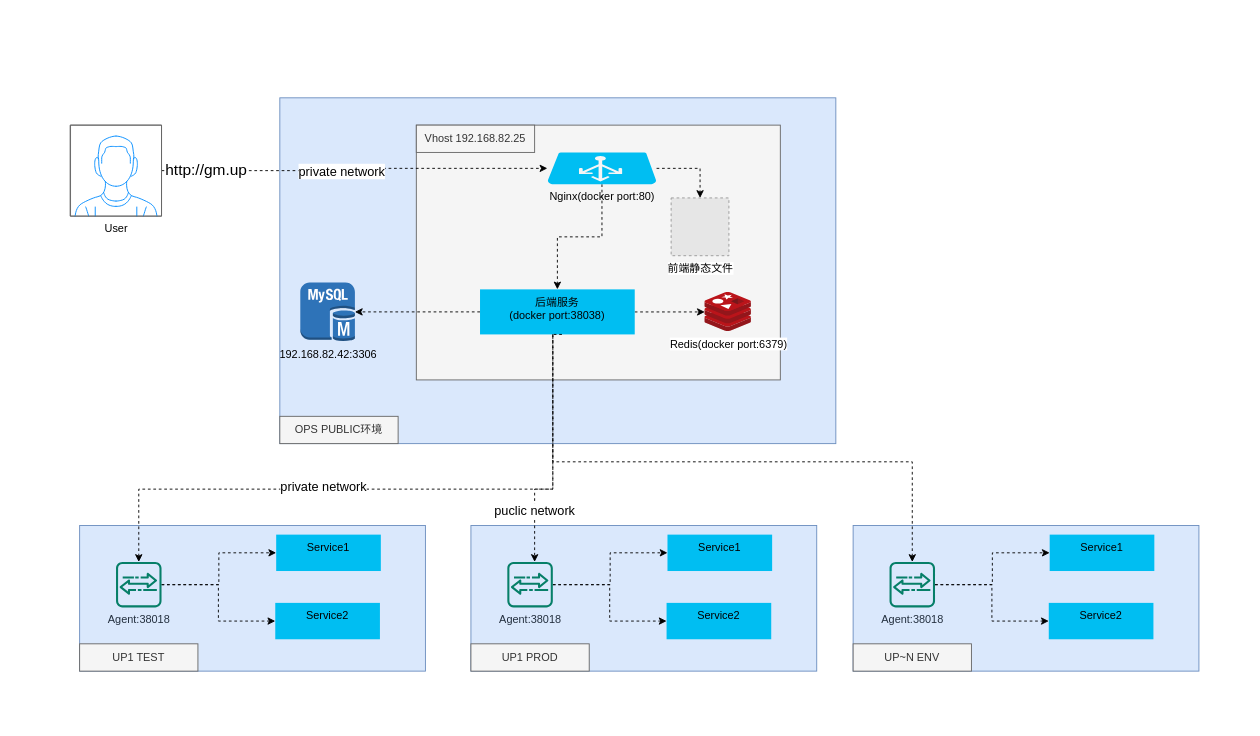
The draw.io diagram 2022-06-20服务管理.drawio in 463024907/zabbix-report, before the edit. Source tidied: cells renumbered, new cells numbered last; positions are measured from the earlier drawing's top-left corner, leaving out a move shared by most shapes. Both pictures are drawn from the tidied source at 91%, with x=0, y=0 at pixel (70, 97). Pictures stored in the file or linked from it are replaced by grey dashed boxes.
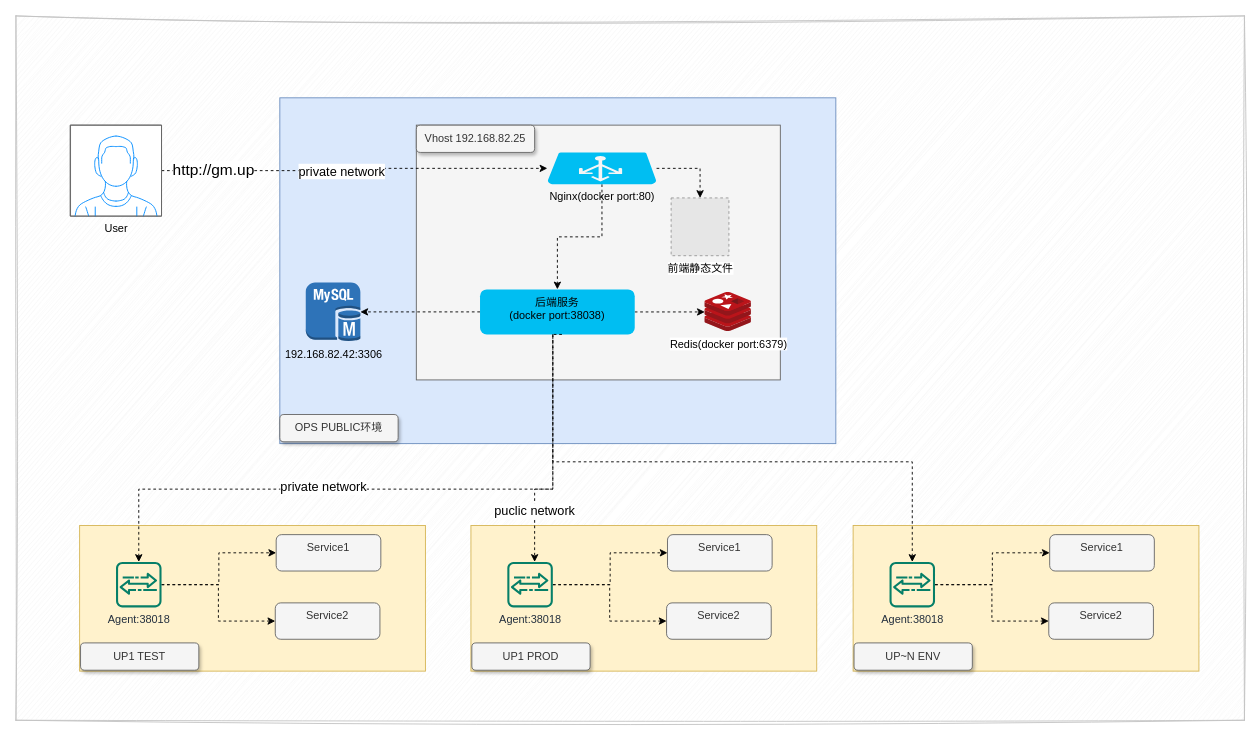
After the change.

The change refers to these unchanged cells:
```xml
<mxCell id="41" style="edgeStyle=orthogonalEdgeStyle;rounded=0;jettySize=auto;html=1;dashed=1;" parent="1" edge="1" source="44" target="6">
  <mxGeometry relative="1" as="geometry" />
</mxCell>
```

What changed in the source:
```diff
@@
+    <mxCell id="45" style="rounded=0;whiteSpace=wrap;html=1;fontSize=14;fillColor=#f5f5f5;fontColor=#333333;strokeColor=#C4C4C4;sketch=1;curveFitting=1;jiggle=2;" parent="1" vertex="1">
+      <mxGeometry x="-60" y="-90" width="1350" height="774" as="geometry" />
+    </mxCell>
@@
-    <mxCell id="6" value="Nginx(docker port:80)" style="verticalLabelPosition=bottom;html=1;verticalAlign=top;align=center;strokeColor=none;fillColor=#00BEF2;shape=mxgraph.azure.azure_load_balancer;" parent="1" vertex="1">
+    <mxCell id="6" value="Nginx(docker port:80)" style="verticalLabelPosition=bottom;html=1;verticalAlign=top;align=center;strokeColor=none;fillColor=#00BEF2;shape=mxgraph.azure.azure_load_balancer;shadow=0;" parent="1" vertex="1">
       <mxGeometry x="524" y="60" width="120" height="35" as="geometry" />
     </mxCell>
@@
-    <mxCell id="10" value="&lt;div style=&quot;&quot;&gt;&lt;span style=&quot;background-color: initial;&quot;&gt;后端服务&lt;/span&gt;&lt;/div&gt;&lt;div style=&quot;&quot;&gt;(docker port:&lt;span style=&quot;background-color: initial; text-align: left;&quot;&gt;38038&lt;/span&gt;&lt;span style=&quot;background-color: initial;&quot;&gt;)&lt;/span&gt;&lt;/div&gt;" style="whiteSpace=wrap;html=1;verticalAlign=top;fillColor=#00BEF2;strokeColor=none;align=center;" parent="1" vertex="1">
+    <mxCell id="10" value="&lt;div style=&quot;&quot;&gt;&lt;span style=&quot;background-color: initial;&quot;&gt;后端服务&lt;/span&gt;&lt;/div&gt;&lt;div style=&quot;&quot;&gt;(docker port:&lt;span style=&quot;background-color: initial; text-align: left;&quot;&gt;38038&lt;/span&gt;&lt;span style=&quot;background-color: initial;&quot;&gt;)&lt;/span&gt;&lt;/div&gt;" style="whiteSpace=wrap;html=1;verticalAlign=top;fillColor=#00BEF2;strokeColor=none;align=center;rounded=1;" parent="1" vertex="1">
       <mxGeometry x="450" y="210.5" width="170" height="49.5" as="geometry" />
     </mxCell>
-    <mxCell id="11" value="Vhost&amp;nbsp;192.168.82.25" style="text;html=1;strokeColor=#666666;fillColor=#f5f5f5;align=center;verticalAlign=middle;whiteSpace=wrap;rounded=0;fontColor=#333333;" parent="1" vertex="1">
+    <mxCell id="11" value="Vhost&amp;nbsp;192.168.82.25" style="text;html=1;strokeColor=#666666;fillColor=#f5f5f5;align=center;verticalAlign=middle;whiteSpace=wrap;rounded=1;fontColor=#333333;glass=0;shadow=1;" parent="1" vertex="1">
       <mxGeometry x="380" y="30" width="130" height="30" as="geometry" />
     </mxCell>
     <mxCell id="12" value="192.168.82.42:3306" style="outlineConnect=0;dashed=0;verticalLabelPosition=bottom;verticalAlign=top;align=center;html=1;shape=mxgraph.aws3.mysql_db_instance;fillColor=#2E73B8;gradientColor=none;" parent="1" vertex="1">
-      <mxGeometry x="252.5" y="203" width="60" height="64.5" as="geometry" />
+      <mxGeometry x="258.5" y="203" width="60" height="64.5" as="geometry" />
     </mxCell>
@@
-    <mxCell id="14" value="OPS PUBLIC环境" style="text;html=1;strokeColor=#666666;fillColor=#f5f5f5;align=center;verticalAlign=middle;whiteSpace=wrap;rounded=0;fontColor=#333333;" parent="1" vertex="1">
-      <mxGeometry x="230" y="350" width="130" height="30" as="geometry" />
+    <mxCell id="14" value="OPS PUBLIC环境" style="text;html=1;strokeColor=#666666;fillColor=#f5f5f5;align=center;verticalAlign=middle;whiteSpace=wrap;rounded=1;fontColor=#333333;shadow=1;" parent="1" vertex="1">
+      <mxGeometry x="230" y="348" width="130" height="30" as="geometry" />
     </mxCell>
-    <mxCell id="15" style="rounded=0;whiteSpace=wrap;html=1;fillColor=#dae8fc;strokeColor=#6c8ebf;" parent="1" vertex="1">
+    <mxCell id="15" style="rounded=0;whiteSpace=wrap;html=1;fillColor=#fff2cc;strokeColor=#d6b656;" parent="1" vertex="1">
       <mxGeometry x="10" y="470" width="380" height="160" as="geometry" />
     </mxCell>
-    <mxCell id="16" value="UP1 TEST" style="text;html=1;strokeColor=#666666;fillColor=#f5f5f5;align=center;verticalAlign=middle;whiteSpace=wrap;rounded=0;fontColor=#333333;" parent="1" vertex="1">
-      <mxGeometry x="10" y="600" width="130" height="30" as="geometry" />
+    <mxCell id="16" value="UP1 TEST" style="text;html=1;strokeColor=#666666;fillColor=#f5f5f5;align=center;verticalAlign=middle;whiteSpace=wrap;rounded=1;fontColor=#333333;shadow=1;" parent="1" vertex="1">
+      <mxGeometry x="11" y="599" width="130" height="30" as="geometry" />
     </mxCell>
@@
-    <mxCell id="22" value="Service1" style="whiteSpace=wrap;html=1;verticalAlign=top;fillColor=#00BEF2;strokeColor=none;align=center;" parent="1" vertex="1">
+    <mxCell id="22" value="Service1" style="whiteSpace=wrap;html=1;verticalAlign=top;fillColor=#f5f5f5;strokeColor=#666666;align=center;fontColor=#333333;rounded=1;" parent="1" vertex="1">
       <mxGeometry x="226" y="480" width="115" height="40" as="geometry" />
     </mxCell>
-    <mxCell id="23" value="Service2" style="whiteSpace=wrap;html=1;verticalAlign=top;fillColor=#00BEF2;strokeColor=none;align=center;" parent="1" vertex="1">
+    <mxCell id="23" value="Service2" style="whiteSpace=wrap;html=1;verticalAlign=top;fillColor=#f5f5f5;strokeColor=#666666;align=center;fontColor=#333333;rounded=1;" parent="1" vertex="1">
       <mxGeometry x="225" y="555" width="115" height="40" as="geometry" />
     </mxCell>
-    <mxCell id="24" style="rounded=0;whiteSpace=wrap;html=1;fillColor=#dae8fc;strokeColor=#6c8ebf;" parent="1" vertex="1">
+    <mxCell id="24" style="rounded=0;whiteSpace=wrap;html=1;fillColor=#fff2cc;strokeColor=#d6b656;" parent="1" vertex="1">
       <mxGeometry x="440" y="470" width="380" height="160" as="geometry" />
     </mxCell>
-    <mxCell id="25" value="UP1 PROD" style="text;html=1;strokeColor=#666666;fillColor=#f5f5f5;align=center;verticalAlign=middle;whiteSpace=wrap;rounded=0;fontColor=#333333;" parent="1" vertex="1">
-      <mxGeometry x="440" y="600" width="130" height="30" as="geometry" />
+    <mxCell id="25" value="UP1 PROD" style="text;html=1;strokeColor=#666666;fillColor=#f5f5f5;align=center;verticalAlign=middle;whiteSpace=wrap;rounded=1;fontColor=#333333;shadow=1;" parent="1" vertex="1">
+      <mxGeometry x="441" y="599" width="130" height="30" as="geometry" />
     </mxCell>
@@
-    <mxCell id="29" value="Service1" style="whiteSpace=wrap;html=1;verticalAlign=top;fillColor=#00BEF2;strokeColor=none;align=center;" parent="1" vertex="1">
+    <mxCell id="29" value="Service1" style="whiteSpace=wrap;html=1;verticalAlign=top;fillColor=#f5f5f5;strokeColor=#666666;align=center;fontColor=#333333;rounded=1;" parent="1" vertex="1">
       <mxGeometry x="656" y="480" width="115" height="40" as="geometry" />
     </mxCell>
-    <mxCell id="30" value="Service2" style="whiteSpace=wrap;html=1;verticalAlign=top;fillColor=#00BEF2;strokeColor=none;align=center;" parent="1" vertex="1">
+    <mxCell id="30" value="Service2" style="whiteSpace=wrap;html=1;verticalAlign=top;fillColor=#f5f5f5;strokeColor=#666666;align=center;fontColor=#333333;rounded=1;" parent="1" vertex="1">
       <mxGeometry x="655" y="555" width="115" height="40" as="geometry" />
     </mxCell>
-    <mxCell id="31" style="rounded=0;whiteSpace=wrap;html=1;fillColor=#dae8fc;strokeColor=#6c8ebf;" parent="1" vertex="1">
+    <mxCell id="31" style="rounded=0;whiteSpace=wrap;html=1;fillColor=#fff2cc;strokeColor=#d6b656;" parent="1" vertex="1">
       <mxGeometry x="860" y="470" width="380" height="160" as="geometry" />
     </mxCell>
-    <mxCell id="32" value="UP~N ENV" style="text;html=1;strokeColor=#666666;fillColor=#f5f5f5;align=center;verticalAlign=middle;whiteSpace=wrap;rounded=0;fontColor=#333333;" parent="1" vertex="1">
-      <mxGeometry x="860" y="600" width="130" height="30" as="geometry" />
+    <mxCell id="32" value="UP~N ENV" style="text;html=1;strokeColor=#666666;fillColor=#f5f5f5;align=center;verticalAlign=middle;whiteSpace=wrap;rounded=1;fontColor=#333333;shadow=1;" parent="1" vertex="1">
+      <mxGeometry x="861" y="599" width="130" height="30" as="geometry" />
     </mxCell>
@@
-    <mxCell id="36" value="Service1" style="whiteSpace=wrap;html=1;verticalAlign=top;fillColor=#00BEF2;strokeColor=none;align=center;" parent="1" vertex="1">
+    <mxCell id="36" value="Service1" style="whiteSpace=wrap;html=1;verticalAlign=top;fillColor=#f5f5f5;strokeColor=#666666;align=center;fontColor=#333333;rounded=1;" parent="1" vertex="1">
       <mxGeometry x="1076" y="480" width="115" height="40" as="geometry" />
     </mxCell>
-    <mxCell id="37" value="Service2" style="whiteSpace=wrap;html=1;verticalAlign=top;fillColor=#00BEF2;strokeColor=none;align=center;" parent="1" vertex="1">
+    <mxCell id="37" value="Service2" style="whiteSpace=wrap;html=1;verticalAlign=top;fillColor=#f5f5f5;strokeColor=#666666;align=center;fontColor=#333333;rounded=1;" parent="1" vertex="1">
       <mxGeometry x="1075" y="555" width="115" height="40" as="geometry" />
     </mxCell>
@@
     <mxCell id="42" value="http://gm.up" style="edgeLabel;html=1;align=center;verticalAlign=middle;fontSize=17;" parent="41" vertex="1">
       <mxGeometry x="-0.69" y="-1" relative="1" as="geometry">
-        <mxPoint x="-18" y="-2" as="offset" />
+        <mxPoint x="-10" y="-2" as="offset" />
       </mxGeometry>
     </mxCell>
```
